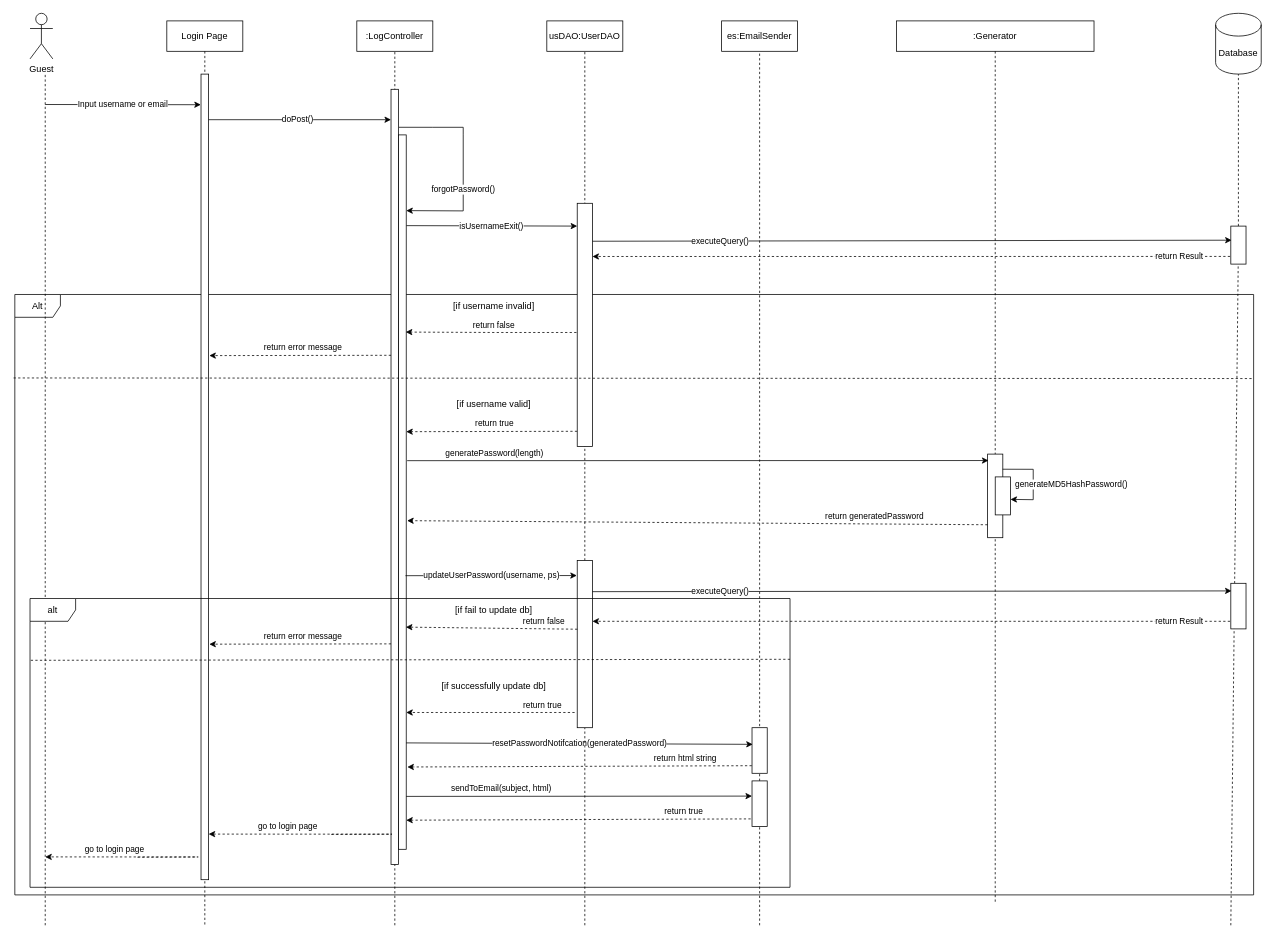
QuocZuong/perfume-store keeps this draw.io diagram as document/SDS/9. Forgot password/Sequence_Diagram/ForgotPasswordSequenceDiagram.drawio. Above is the earlier version. Source tidied: cells renumbered, new cells numbered last; positions are measured from the earlier drawing's top-left corner, leaving out a move shared by most shapes. Both pictures are drawn from the tidied source at 76%, with x=0, y=0 at pixel (14, 13).
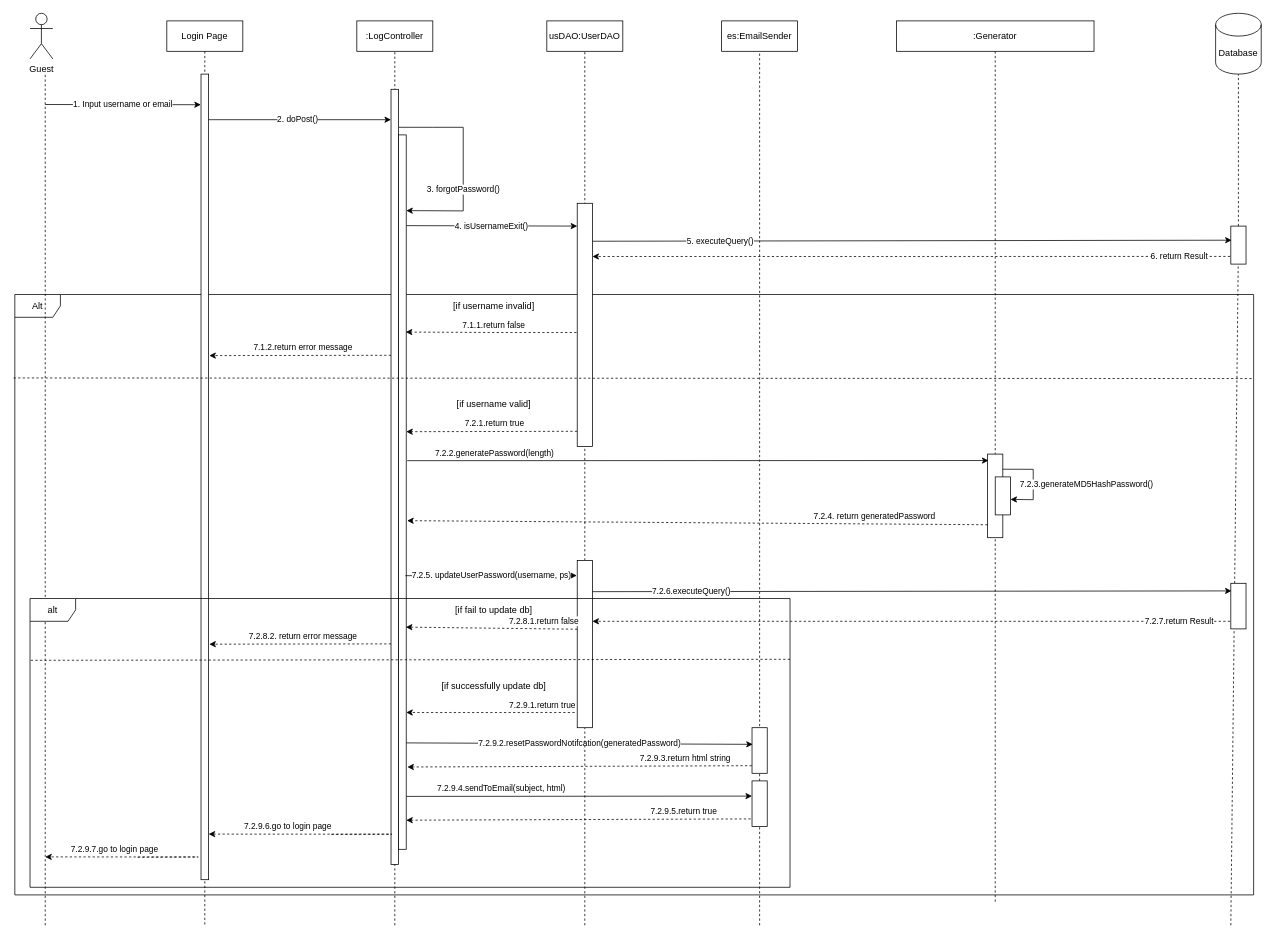
The same diagram, later.

Commit message (it also covers changes not shown here):
fix sequence diagram

The change refers to these unchanged cells:
```xml
<mxCell id="17" style="rounded=0;whiteSpace=wrap;html=1;" parent="1" vertex="1">
  <mxGeometry x="495" y="100" width="10" height="1020" as="geometry" />
</mxCell>
<mxCell id="18" style="rounded=0;whiteSpace=wrap;html=1;" parent="1" vertex="1">
  <mxGeometry x="505" y="160" width="10" height="940" as="geometry" />
</mxCell>
<mxCell id="22" style="rounded=0;whiteSpace=wrap;html=1;" parent="1" vertex="1">
  <mxGeometry x="1600" y="280" width="20" height="50" as="geometry" />
</mxCell>
<mxCell id="23" style="rounded=0;whiteSpace=wrap;html=1;" parent="1" vertex="1">
  <mxGeometry x="740" y="250" width="20" height="320" as="geometry" />
</mxCell>
<mxCell id="28" style="rounded=0;whiteSpace=wrap;html=1;" parent="1" vertex="1">
  <mxGeometry x="245" y="80" width="10" height="1060" as="geometry" />
</mxCell>
<mxCell id="41" style="rounded=0;whiteSpace=wrap;html=1;" parent="1" vertex="1">
  <mxGeometry x="1280" y="580" width="20" height="110" as="geometry" />
</mxCell>
<mxCell id="45" style="rounded=0;whiteSpace=wrap;html=1;" parent="1" vertex="1">
  <mxGeometry x="1290" y="610" width="20" height="50" as="geometry" />
</mxCell>
<mxCell id="49" style="rounded=0;whiteSpace=wrap;html=1;" parent="1" vertex="1">
  <mxGeometry x="740" y="720" width="20" height="220" as="geometry" />
</mxCell>
```

Diff of the diagram source:
```diff
@@
-    <mxCell id="10" value="Input username or email" style="endArrow=classic;html=1;rounded=0;entryX=-0.022;entryY=0.038;entryDx=0;entryDy=0;entryPerimeter=0;" parent="1" edge="1" target="28">
+    <mxCell id="10" value="1. Input username or email" style="endArrow=classic;html=1;rounded=0;entryX=-0.022;entryY=0.038;entryDx=0;entryDy=0;entryPerimeter=0;" parent="1" edge="1" target="28">
       <mxGeometry relative="1" as="geometry">
         <mxPoint x="40" y="120" as="sourcePoint" />
       </mxGeometry>
     </mxCell>
-    <mxCell id="11" value="doPost()" style="endArrow=classic;html=1;rounded=0;entryX=-0.044;entryY=0.052;entryDx=0;entryDy=0;entryPerimeter=0;" parent="1" edge="1">
+    <mxCell id="11" value="2. doPost()" style="endArrow=classic;html=1;rounded=0;entryX=-0.044;entryY=0.052;entryDx=0;entryDy=0;entryPerimeter=0;" parent="1" edge="1">
       <mxGeometry relative="1" as="geometry">
         <mxPoint x="250.1" y="140" as="sourcePoint" />
         <mxPoint x="495" y="140" as="targetPoint" />
       </mxGeometry>
     </mxCell>
@@
-    <mxCell id="19" value="forgotPassword()" style="endArrow=classic;html=1;rounded=0;exitX=1.041;exitY=0.049;exitDx=0;exitDy=0;exitPerimeter=0;entryX=1.005;entryY=0.106;entryDx=0;entryDy=0;entryPerimeter=0;" parent="1" edge="1" source="17" target="18">
+    <mxCell id="19" value="3. forgotPassword()" style="endArrow=classic;html=1;rounded=0;exitX=1.041;exitY=0.049;exitDx=0;exitDy=0;exitPerimeter=0;entryX=1.005;entryY=0.106;entryDx=0;entryDy=0;entryPerimeter=0;" parent="1" edge="1" source="17" target="18">
       <mxGeometry x="0.24" relative="1" as="geometry">
         <Array as="points">
           <mxPoint x="550" y="150" />
           <mxPoint x="590" y="150" />
           <mxPoint x="590" y="160" />
           <mxPoint x="590" y="260" />
         </Array>
       </mxGeometry>
     </mxCell>
-    <mxCell id="20" value="executeQuery()" style="endArrow=classic;html=1;rounded=0;exitX=0.991;exitY=0.156;exitDx=0;exitDy=0;entryX=0.057;entryY=0.371;entryDx=0;entryDy=0;entryPerimeter=0;exitPerimeter=0;" parent="1" edge="1" source="23" target="22">
+    <mxCell id="20" value="5. executeQuery()" style="endArrow=classic;html=1;rounded=0;exitX=0.991;exitY=0.156;exitDx=0;exitDy=0;entryX=0.057;entryY=0.371;entryDx=0;entryDy=0;entryPerimeter=0;exitPerimeter=0;" parent="1" edge="1" source="23" target="22">
       <mxGeometry x="-0.6" relative="1" as="geometry" />
     </mxCell>
@@
-    <mxCell id="24" value="isUsernameExit()" style="endArrow=classic;html=1;rounded=0;exitX=1.025;exitY=0.127;exitDx=0;exitDy=0;exitPerimeter=0;" parent="1" edge="1" source="18">
+    <mxCell id="24" value="4. isUsernameExit()" style="endArrow=classic;html=1;rounded=0;exitX=1.025;exitY=0.127;exitDx=0;exitDy=0;exitPerimeter=0;" parent="1" edge="1" source="18">
       <mxGeometry relative="1" as="geometry">
         <mxPoint x="740" y="280" as="targetPoint" />
       </mxGeometry>
     </mxCell>
-    <mxCell id="25" value="return Result" style="endArrow=classic;html=1;rounded=0;dashed=1;exitX=-0.048;exitY=0.798;exitDx=0;exitDy=0;exitPerimeter=0;" parent="1" edge="1" source="22">
+    <mxCell id="25" value="6. return Result" style="endArrow=classic;html=1;rounded=0;dashed=1;exitX=-0.048;exitY=0.798;exitDx=0;exitDy=0;exitPerimeter=0;" parent="1" edge="1" source="22">
       <mxGeometry x="-0.84" relative="1" as="geometry">
         <mxPoint x="760" y="320" as="targetPoint" />
         <Array as="points">
           <mxPoint x="1090" y="320" />
         </Array>
       </mxGeometry>
     </mxCell>
-    <mxCell id="26" value="return false" style="endArrow=classic;html=1;rounded=0;exitX=-0.026;exitY=0.765;exitDx=0;exitDy=0;exitPerimeter=0;dashed=1;entryX=0.94;entryY=0.276;entryDx=0;entryDy=0;entryPerimeter=0;" parent="1" edge="1" target="18">
+    <mxCell id="26" value="7.1.1.return false" style="endArrow=classic;html=1;rounded=0;exitX=-0.026;exitY=0.765;exitDx=0;exitDy=0;exitPerimeter=0;dashed=1;entryX=0.94;entryY=0.276;entryDx=0;entryDy=0;entryPerimeter=0;" parent="1" edge="1" target="18">
       <mxGeometry x="-0.03" y="-10" relative="1" as="geometry">
         <mxPoint x="739" y="420" as="sourcePoint" />
         <Array as="points">
           <mxPoint x="634" y="420" />
         </Array>
       </mxGeometry>
     </mxCell>
-    <mxCell id="27" value="return true" style="endArrow=classic;html=1;rounded=0;exitX=0;exitY=0.75;exitDx=0;exitDy=0;dashed=1;entryX=1.007;entryY=0.646;entryDx=0;entryDy=0;entryPerimeter=0;" parent="1" edge="1">
+    <mxCell id="27" value="7.2.1.return true" style="endArrow=classic;html=1;rounded=0;exitX=0;exitY=0.75;exitDx=0;exitDy=0;dashed=1;entryX=1.007;entryY=0.646;entryDx=0;entryDy=0;entryPerimeter=0;" parent="1" edge="1">
       <mxGeometry x="-0.03" y="-10" relative="1" as="geometry">
         <mxPoint x="739.9" y="550" as="sourcePoint" />
         <mxPoint x="515" y="550.5" as="targetPoint" />
       </mxGeometry>
     </mxCell>
@@
-    <mxCell id="30" value="return error message" style="endArrow=classic;html=1;rounded=0;dashed=1;entryX=1.094;entryY=0.771;entryDx=0;entryDy=0;entryPerimeter=0;exitX=0.006;exitY=0.757;exitDx=0;exitDy=0;exitPerimeter=0;" parent="1" edge="1">
+    <mxCell id="30" value="7.1.2.return error message" style="endArrow=classic;html=1;rounded=0;dashed=1;entryX=1.094;entryY=0.771;entryDx=0;entryDy=0;entryPerimeter=0;exitX=0.006;exitY=0.757;exitDx=0;exitDy=0;exitPerimeter=0;" parent="1" edge="1">
       <mxGeometry x="-0.03" y="-10" relative="1" as="geometry">
         <mxPoint x="495" y="450" as="sourcePoint" />
         <mxPoint x="255.9" y="450.4" as="targetPoint" />
       </mxGeometry>
     </mxCell>
@@
-    <mxCell id="33" value="sendToEmail(subject, html)" style="endArrow=classic;html=1;rounded=0;exitX=0.926;exitY=0.095;exitDx=0;exitDy=0;exitPerimeter=0;" parent="1" edge="1">
+    <mxCell id="33" value="7.2.9.4.sendToEmail(subject, html)" style="endArrow=classic;html=1;rounded=0;exitX=0.926;exitY=0.095;exitDx=0;exitDy=0;exitPerimeter=0;" parent="1" edge="1">
       <mxGeometry x="-0.45" y="10" relative="1" as="geometry">
         <mxPoint x="515" y="1030.4" as="sourcePoint" />
         <mxPoint x="970" y="1030" as="targetPoint" />
       </mxGeometry>
     </mxCell>
@@
-    <mxCell id="35" value="resetPasswordNotifcation(generatedPassword)" style="endArrow=classic;html=1;rounded=0;entryX=0.064;entryY=0.176;entryDx=0;entryDy=0;entryPerimeter=0;exitX=1.029;exitY=0.677;exitDx=0;exitDy=0;exitPerimeter=0;" parent="1" edge="1">
+    <mxCell id="35" value="7.2.9.2.resetPasswordNotifcation(generatedPassword)" style="endArrow=classic;html=1;rounded=0;entryX=0.064;entryY=0.176;entryDx=0;entryDy=0;entryPerimeter=0;exitX=1.029;exitY=0.677;exitDx=0;exitDy=0;exitPerimeter=0;" parent="1" edge="1">
       <mxGeometry relative="1" as="geometry">
         <mxPoint x="515" y="960" as="sourcePoint" />
         <mxPoint x="971" y="961.9" as="targetPoint" />
       </mxGeometry>
     </mxCell>
-    <mxCell id="36" value="return true" style="endArrow=classic;html=1;rounded=0;exitX=-0.09;exitY=0.833;exitDx=0;exitDy=0;exitPerimeter=0;dashed=1;entryX=1;entryY=0.75;entryDx=0;entryDy=0;" parent="1" edge="1">
+    <mxCell id="36" value="7.2.9.5.return true" style="endArrow=classic;html=1;rounded=0;exitX=-0.09;exitY=0.833;exitDx=0;exitDy=0;exitPerimeter=0;dashed=1;entryX=1;entryY=0.75;entryDx=0;entryDy=0;" parent="1" edge="1">
       <mxGeometry x="-0.61" y="-10" relative="1" as="geometry">
         <mxPoint x="968.2" y="1060" as="sourcePoint" />
         <mxPoint x="515" y="1061.7" as="targetPoint" />
       </mxGeometry>
     </mxCell>
-    <mxCell id="37" value="go to login page" style="endArrow=classic;html=1;rounded=0;dashed=1;entryX=0.867;entryY=0.662;entryDx=0;entryDy=0;entryPerimeter=0;" parent="1" edge="1">
+    <mxCell id="37" value="7.2.9.6.go to login page" style="endArrow=classic;html=1;rounded=0;dashed=1;entryX=0.867;entryY=0.662;entryDx=0;entryDy=0;entryPerimeter=0;" parent="1" edge="1">
       <mxGeometry x="0.35" y="-10" relative="1" as="geometry">
         <mxPoint x="416.3" y="1080.4" as="sourcePoint" />
         <mxPoint x="255" y="1080" as="targetPoint" />
         <Array as="points">
           <mxPoint x="496.3" y="1080.1" />
         </Array>
       </mxGeometry>
     </mxCell>
@@
-    <mxCell id="42" value="generatePassword(length)" style="endArrow=classic;html=1;rounded=0;exitX=1.122;exitY=0.456;exitDx=0;exitDy=0;exitPerimeter=0;entryX=0.058;entryY=0.077;entryDx=0;entryDy=0;entryPerimeter=0;" parent="1" edge="1" source="18" target="41">
+    <mxCell id="42" value="7.2.2.generatePassword(length)" style="endArrow=classic;html=1;rounded=0;exitX=1.122;exitY=0.456;exitDx=0;exitDy=0;exitPerimeter=0;entryX=0.058;entryY=0.077;entryDx=0;entryDy=0;entryPerimeter=0;" parent="1" edge="1" source="18" target="41">
       <mxGeometry x="-0.7" y="10" relative="1" as="geometry" />
     </mxCell>
-    <mxCell id="43" value="return&amp;nbsp;generatedPassword" style="endArrow=classic;html=1;rounded=0;dashed=1;entryX=1.122;entryY=0.54;entryDx=0;entryDy=0;entryPerimeter=0;exitX=-0.007;exitY=0.845;exitDx=0;exitDy=0;exitPerimeter=0;" parent="1" edge="1" source="41" target="18">
+    <mxCell id="43" value="7.2.4. return&amp;nbsp;generatedPassword" style="endArrow=classic;html=1;rounded=0;dashed=1;entryX=1.122;entryY=0.54;entryDx=0;entryDy=0;entryPerimeter=0;exitX=-0.007;exitY=0.845;exitDx=0;exitDy=0;exitPerimeter=0;" parent="1" edge="1" source="41" target="18">
       <mxGeometry x="-0.61" y="-10" relative="1" as="geometry" />
     </mxCell>
-    <mxCell id="44" value="return html string" style="endArrow=classic;html=1;rounded=0;exitX=-0.09;exitY=0.833;exitDx=0;exitDy=0;exitPerimeter=0;dashed=1;entryX=1;entryY=0.75;entryDx=0;entryDy=0;" parent="1" edge="1">
+    <mxCell id="44" value="7.2.9.3.return html string" style="endArrow=classic;html=1;rounded=0;exitX=-0.09;exitY=0.833;exitDx=0;exitDy=0;exitPerimeter=0;dashed=1;entryX=1;entryY=0.75;entryDx=0;entryDy=0;" parent="1" edge="1">
       <mxGeometry x="-0.61" y="-10" relative="1" as="geometry">
         <mxPoint x="969.7" y="990" as="sourcePoint" />
         <mxPoint x="516.5" y="991.7" as="targetPoint" />
       </mxGeometry>
     </mxCell>
@@
-    <mxCell id="46" value="generateMD5HashPassword()" style="endArrow=classic;html=1;rounded=0;entryX=1.002;entryY=0.592;entryDx=0;entryDy=0;entryPerimeter=0;exitX=0.987;exitY=0.181;exitDx=0;exitDy=0;exitPerimeter=0;" parent="1" edge="1" source="41" target="45">
-      <mxGeometry x="0.09" y="50" relative="1" as="geometry">
+    <mxCell id="46" value="7.2.3.generateMD5HashPassword()" style="endArrow=classic;html=1;rounded=0;entryX=1.002;entryY=0.592;entryDx=0;entryDy=0;entryPerimeter=0;exitX=0.987;exitY=0.181;exitDx=0;exitDy=0;exitPerimeter=0;" parent="1" edge="1" source="41" target="45">
+      <mxGeometry x="0.09" y="70" relative="1" as="geometry">
         <Array as="points">
           <mxPoint x="1340" y="600" />
           <mxPoint x="1340" y="640" />
         </Array>
       </mxGeometry>
     </mxCell>
-    <mxCell id="47" value="updateUserPassword(username, ps)" style="endArrow=classic;html=1;rounded=0;exitX=0.9;exitY=0.617;exitDx=0;exitDy=0;exitPerimeter=0;entryX=-0.025;entryY=0.09;entryDx=0;entryDy=0;entryPerimeter=0;" parent="1" edge="1" source="18" target="49">
+    <mxCell id="47" value="7.2.5. updateUserPassword(username, ps)" style="endArrow=classic;html=1;rounded=0;exitX=0.9;exitY=0.617;exitDx=0;exitDy=0;exitPerimeter=0;entryX=-0.025;entryY=0.09;entryDx=0;entryDy=0;entryPerimeter=0;" parent="1" edge="1" source="18" target="49">
       <mxGeometry relative="1" as="geometry" />
     </mxCell>
@@
-    <mxCell id="50" value="executeQuery()" style="endArrow=classic;html=1;rounded=0;exitX=0.991;exitY=0.156;exitDx=0;exitDy=0;entryX=0.057;entryY=0.371;entryDx=0;entryDy=0;entryPerimeter=0;exitPerimeter=0;" parent="1" edge="1">
-      <mxGeometry x="-0.6" relative="1" as="geometry">
+    <mxCell id="50" value="7.2.6.executeQuery()" style="endArrow=classic;html=1;rounded=0;exitX=0.991;exitY=0.156;exitDx=0;exitDy=0;entryX=0.057;entryY=0.371;entryDx=0;entryDy=0;entryPerimeter=0;exitPerimeter=0;" parent="1" edge="1">
+      <mxGeometry x="-0.69" y="1" relative="1" as="geometry">
         <mxPoint x="760" y="761" as="sourcePoint" />
         <mxPoint x="1601" y="760" as="targetPoint" />
       </mxGeometry>
     </mxCell>
@@
-    <mxCell id="52" value="return Result" style="endArrow=classic;html=1;rounded=0;dashed=1;exitX=-0.048;exitY=0.798;exitDx=0;exitDy=0;exitPerimeter=0;" parent="1" edge="1">
+    <mxCell id="52" value="7.2.7.return Result" style="endArrow=classic;html=1;rounded=0;dashed=1;exitX=-0.048;exitY=0.798;exitDx=0;exitDy=0;exitPerimeter=0;" parent="1" edge="1">
       <mxGeometry x="-0.84" relative="1" as="geometry">
         <mxPoint x="1599" y="800" as="sourcePoint" />
         <mxPoint x="760" y="800" as="targetPoint" />
         <Array as="points">
           <mxPoint x="1090" y="800" />
         </Array>
       </mxGeometry>
     </mxCell>
-    <mxCell id="53" value="return false" style="endArrow=classic;html=1;rounded=0;exitX=0.006;exitY=0.411;exitDx=0;exitDy=0;exitPerimeter=0;dashed=1;entryX=0.95;entryY=0.689;entryDx=0;entryDy=0;entryPerimeter=0;" parent="1" edge="1" source="49" target="18">
+    <mxCell id="53" value="7.2.8.1.return false" style="endArrow=classic;html=1;rounded=0;exitX=0.006;exitY=0.411;exitDx=0;exitDy=0;exitPerimeter=0;dashed=1;entryX=0.95;entryY=0.689;entryDx=0;entryDy=0;entryPerimeter=0;" parent="1" edge="1" source="49" target="18">
       <mxGeometry x="-0.61" y="-10" relative="1" as="geometry" />
     </mxCell>
@@
-    <mxCell id="55" value="return error message" style="endArrow=classic;html=1;rounded=0;dashed=1;entryX=1.094;entryY=0.771;entryDx=0;entryDy=0;entryPerimeter=0;exitX=0.006;exitY=0.757;exitDx=0;exitDy=0;exitPerimeter=0;" parent="1" edge="1">
+    <mxCell id="55" value="7.2.8.2. return error message" style="endArrow=classic;html=1;rounded=0;dashed=1;entryX=1.094;entryY=0.771;entryDx=0;entryDy=0;entryPerimeter=0;exitX=0.006;exitY=0.757;exitDx=0;exitDy=0;exitPerimeter=0;" parent="1" edge="1">
       <mxGeometry x="-0.03" y="-10" relative="1" as="geometry">
         <mxPoint x="495" y="829.7" as="sourcePoint" />
         <mxPoint x="255.9" y="830.1" as="targetPoint" />
       </mxGeometry>
     </mxCell>
@@
-    <mxCell id="57" value="return true" style="endArrow=classic;html=1;rounded=0;exitX=-0.09;exitY=0.833;exitDx=0;exitDy=0;exitPerimeter=0;dashed=1;entryX=1;entryY=0.75;entryDx=0;entryDy=0;" parent="1" edge="1">
+    <mxCell id="57" value="7.2.9.1.return true" style="endArrow=classic;html=1;rounded=0;exitX=-0.09;exitY=0.833;exitDx=0;exitDy=0;exitPerimeter=0;dashed=1;entryX=1;entryY=0.75;entryDx=0;entryDy=0;" parent="1" edge="1">
       <mxGeometry x="-0.61" y="-10" relative="1" as="geometry">
         <mxPoint x="736.6" y="920" as="sourcePoint" />
         <mxPoint x="515" y="920" as="targetPoint" />
       </mxGeometry>
     </mxCell>
@@
-    <mxCell id="60" value="go to login page" style="endArrow=classic;html=1;rounded=0;dashed=1;" parent="1" edge="1">
+    <mxCell id="60" value="7.2.9.7.go to login page" style="endArrow=classic;html=1;rounded=0;dashed=1;" parent="1" edge="1">
       <mxGeometry x="0.35" y="-10" relative="1" as="geometry">
         <mxPoint x="161.3" y="1110.4" as="sourcePoint" />
         <mxPoint x="40" y="1110" as="targetPoint" />
         <Array as="points">
           <mxPoint x="241.3" y="1110.1" />
         </Array>
       </mxGeometry>
     </mxCell>
```
